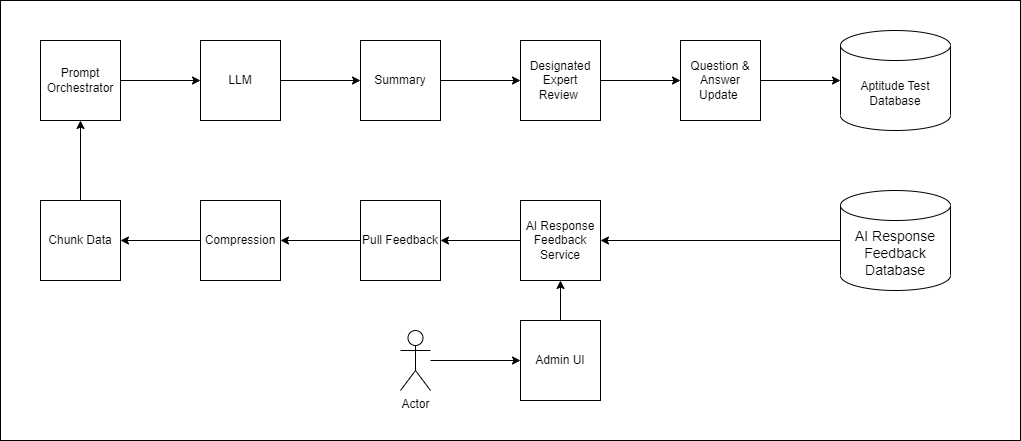
mmat1/skynet-ai-2025 keeps this draw.io diagram as diagrams/admin-expert-ai-refinement.drawio.png. Above is the earlier version. Source tidied: cells renumbered, new cells last; positions are measured from the earlier drawing's top-left corner, leaving out a move shared by most shapes.
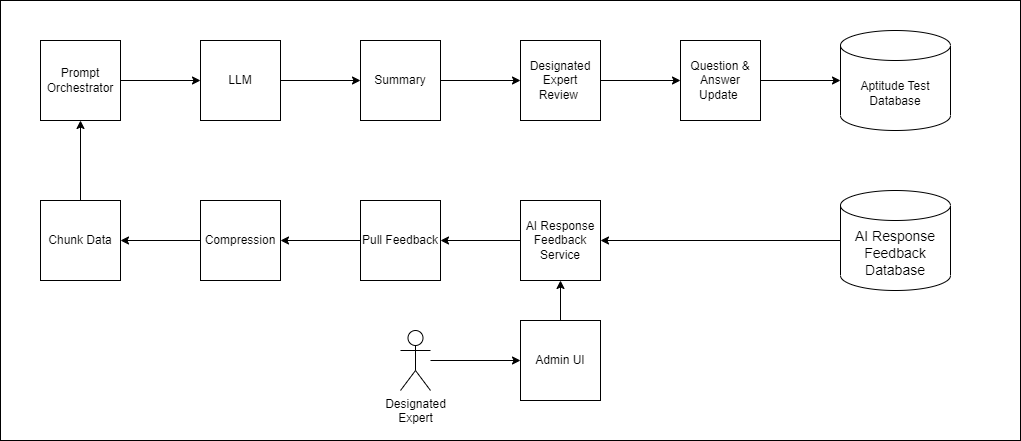
The same diagram one commit later.

What changed in the source:
```diff
@@ -77,7 +77,7 @@
     <mxCell id="26" style="edgeStyle=orthogonalEdgeStyle;rounded=0;jettySize=auto;html=1;entryX=0;entryY=0.5;entryDx=0;entryDy=0;" parent="1" edge="1" source="27" target="11">
       <mxGeometry relative="1" as="geometry" />
     </mxCell>
-    <mxCell id="27" value="Actor" style="shape=umlActor;verticalLabelPosition=bottom;verticalAlign=top;html=1;outlineConnect=0;" parent="1" vertex="1">
+    <mxCell id="27" value="Designated&lt;br&gt;Expert" style="shape=umlActor;verticalLabelPosition=bottom;verticalAlign=top;html=1;outlineConnect=0;" parent="1" vertex="1">
       <mxGeometry x="400" y="330" width="30" height="60" as="geometry" />
     </mxCell>
   </root>
```
